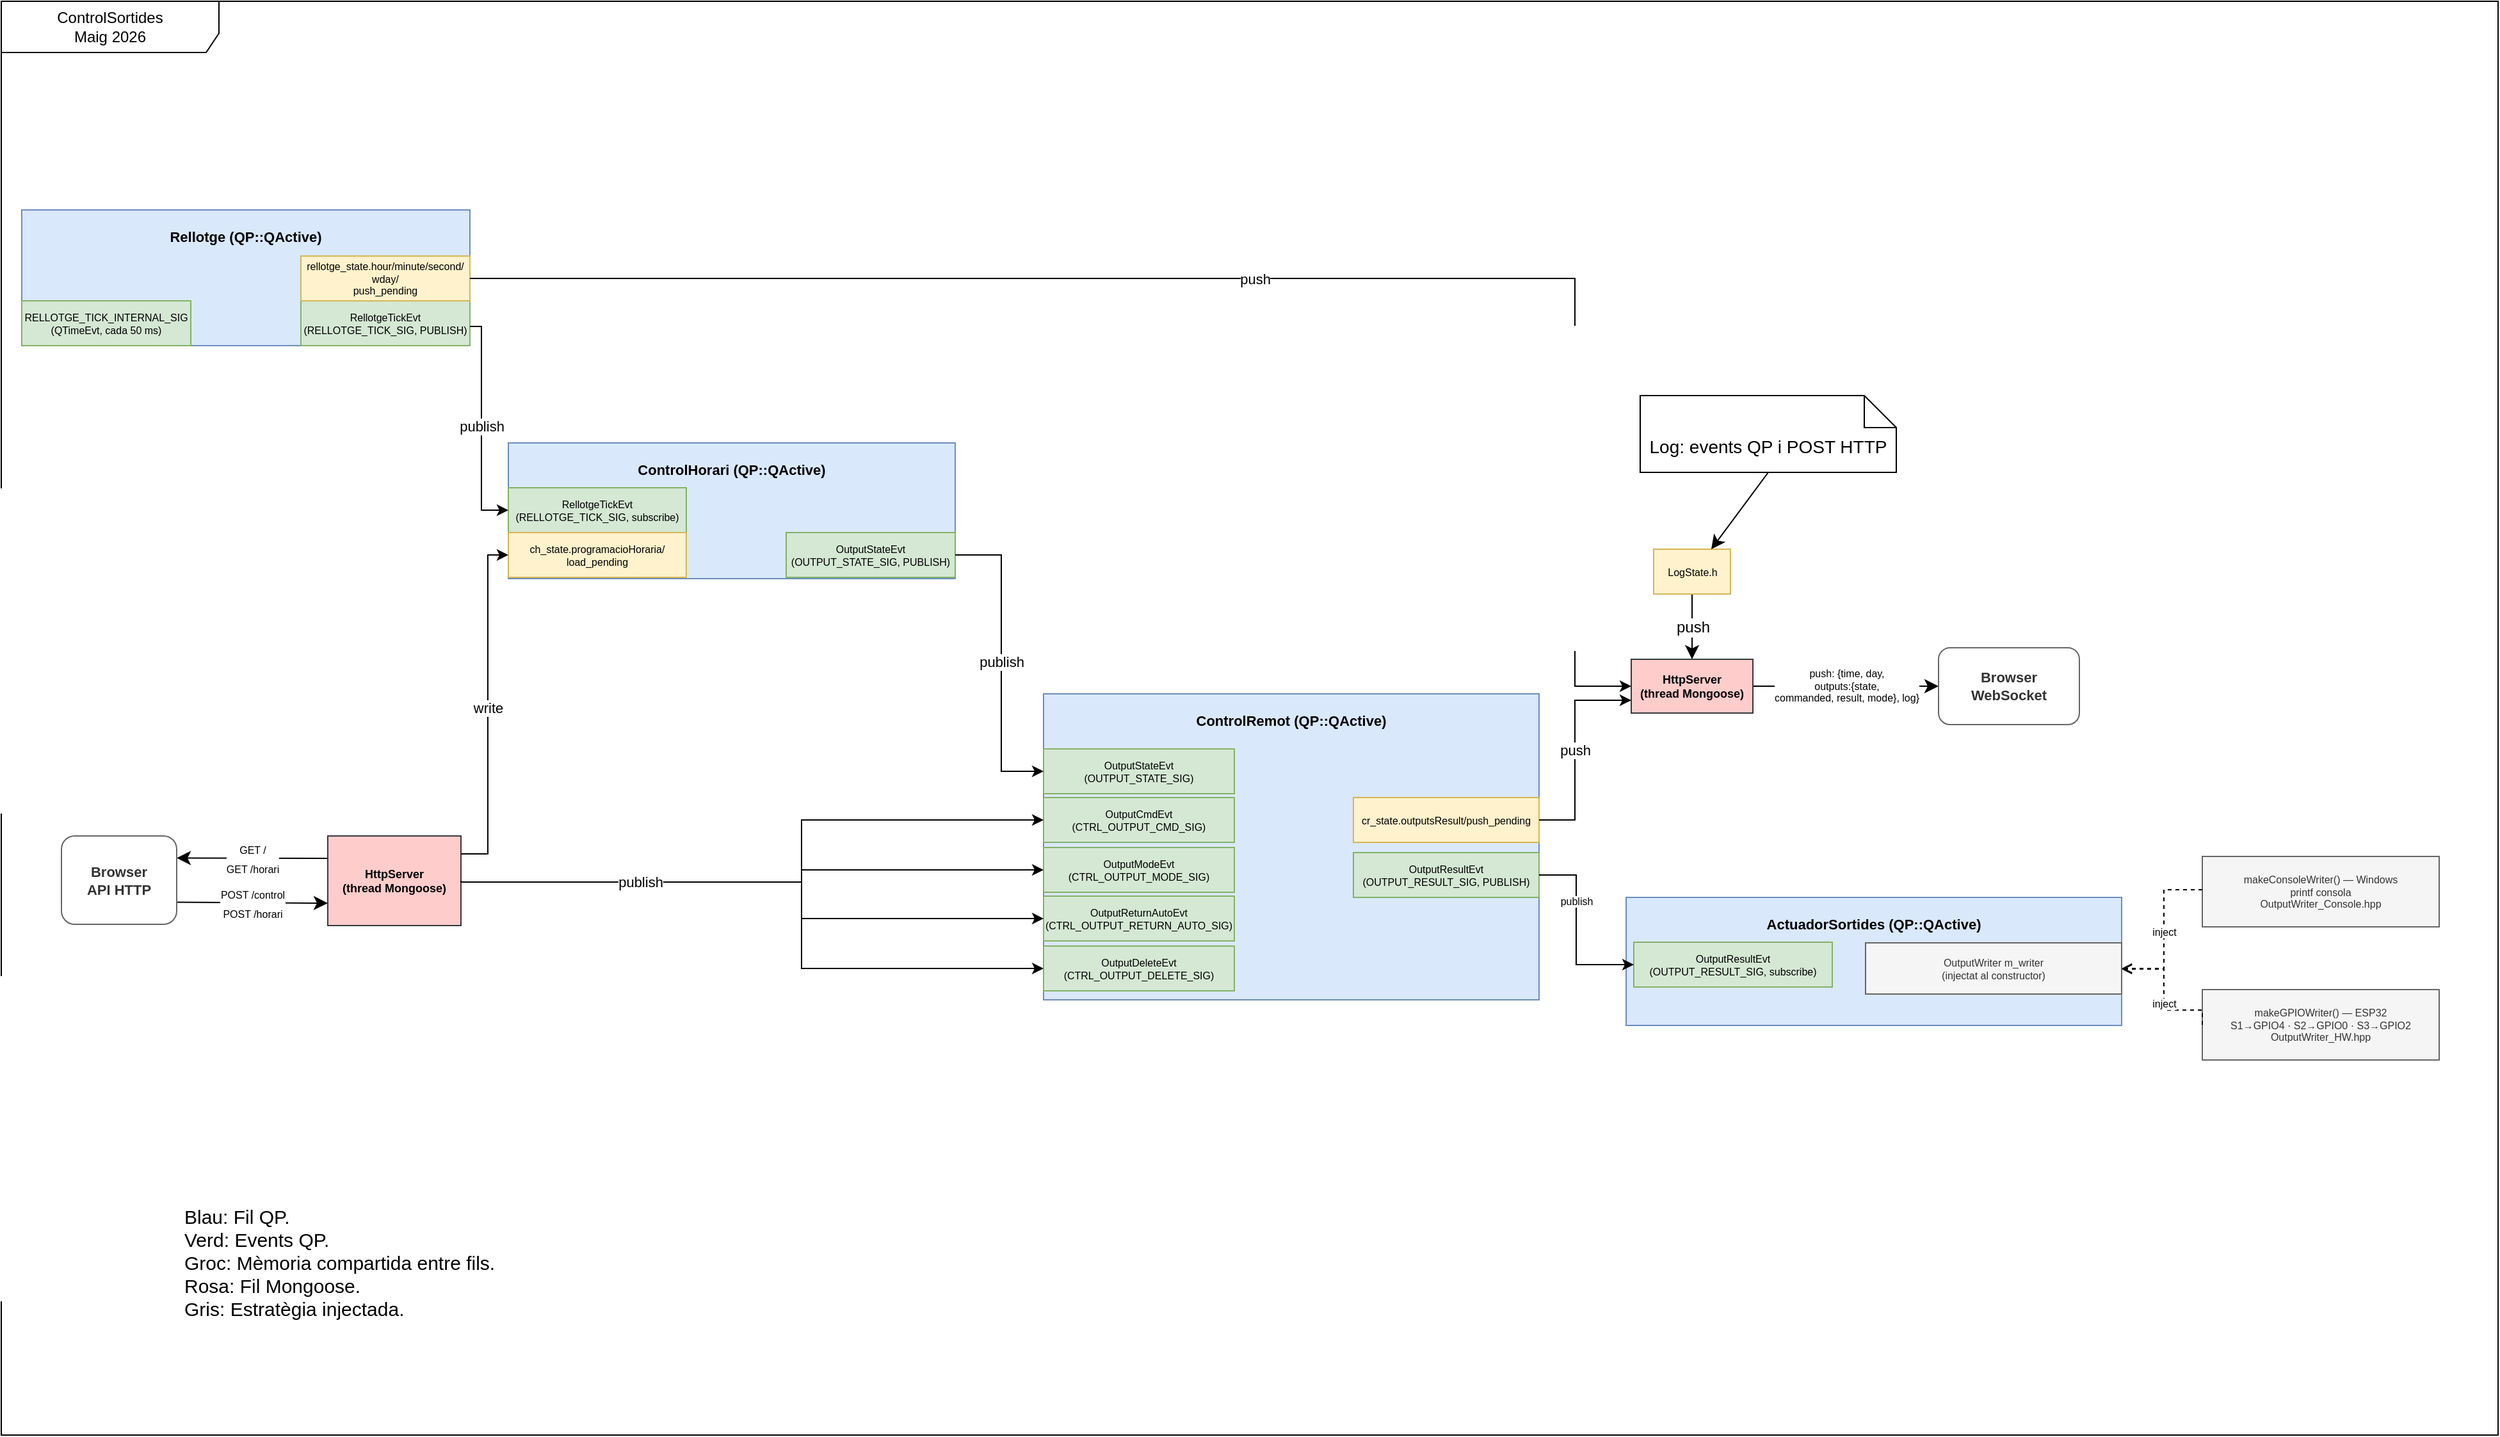
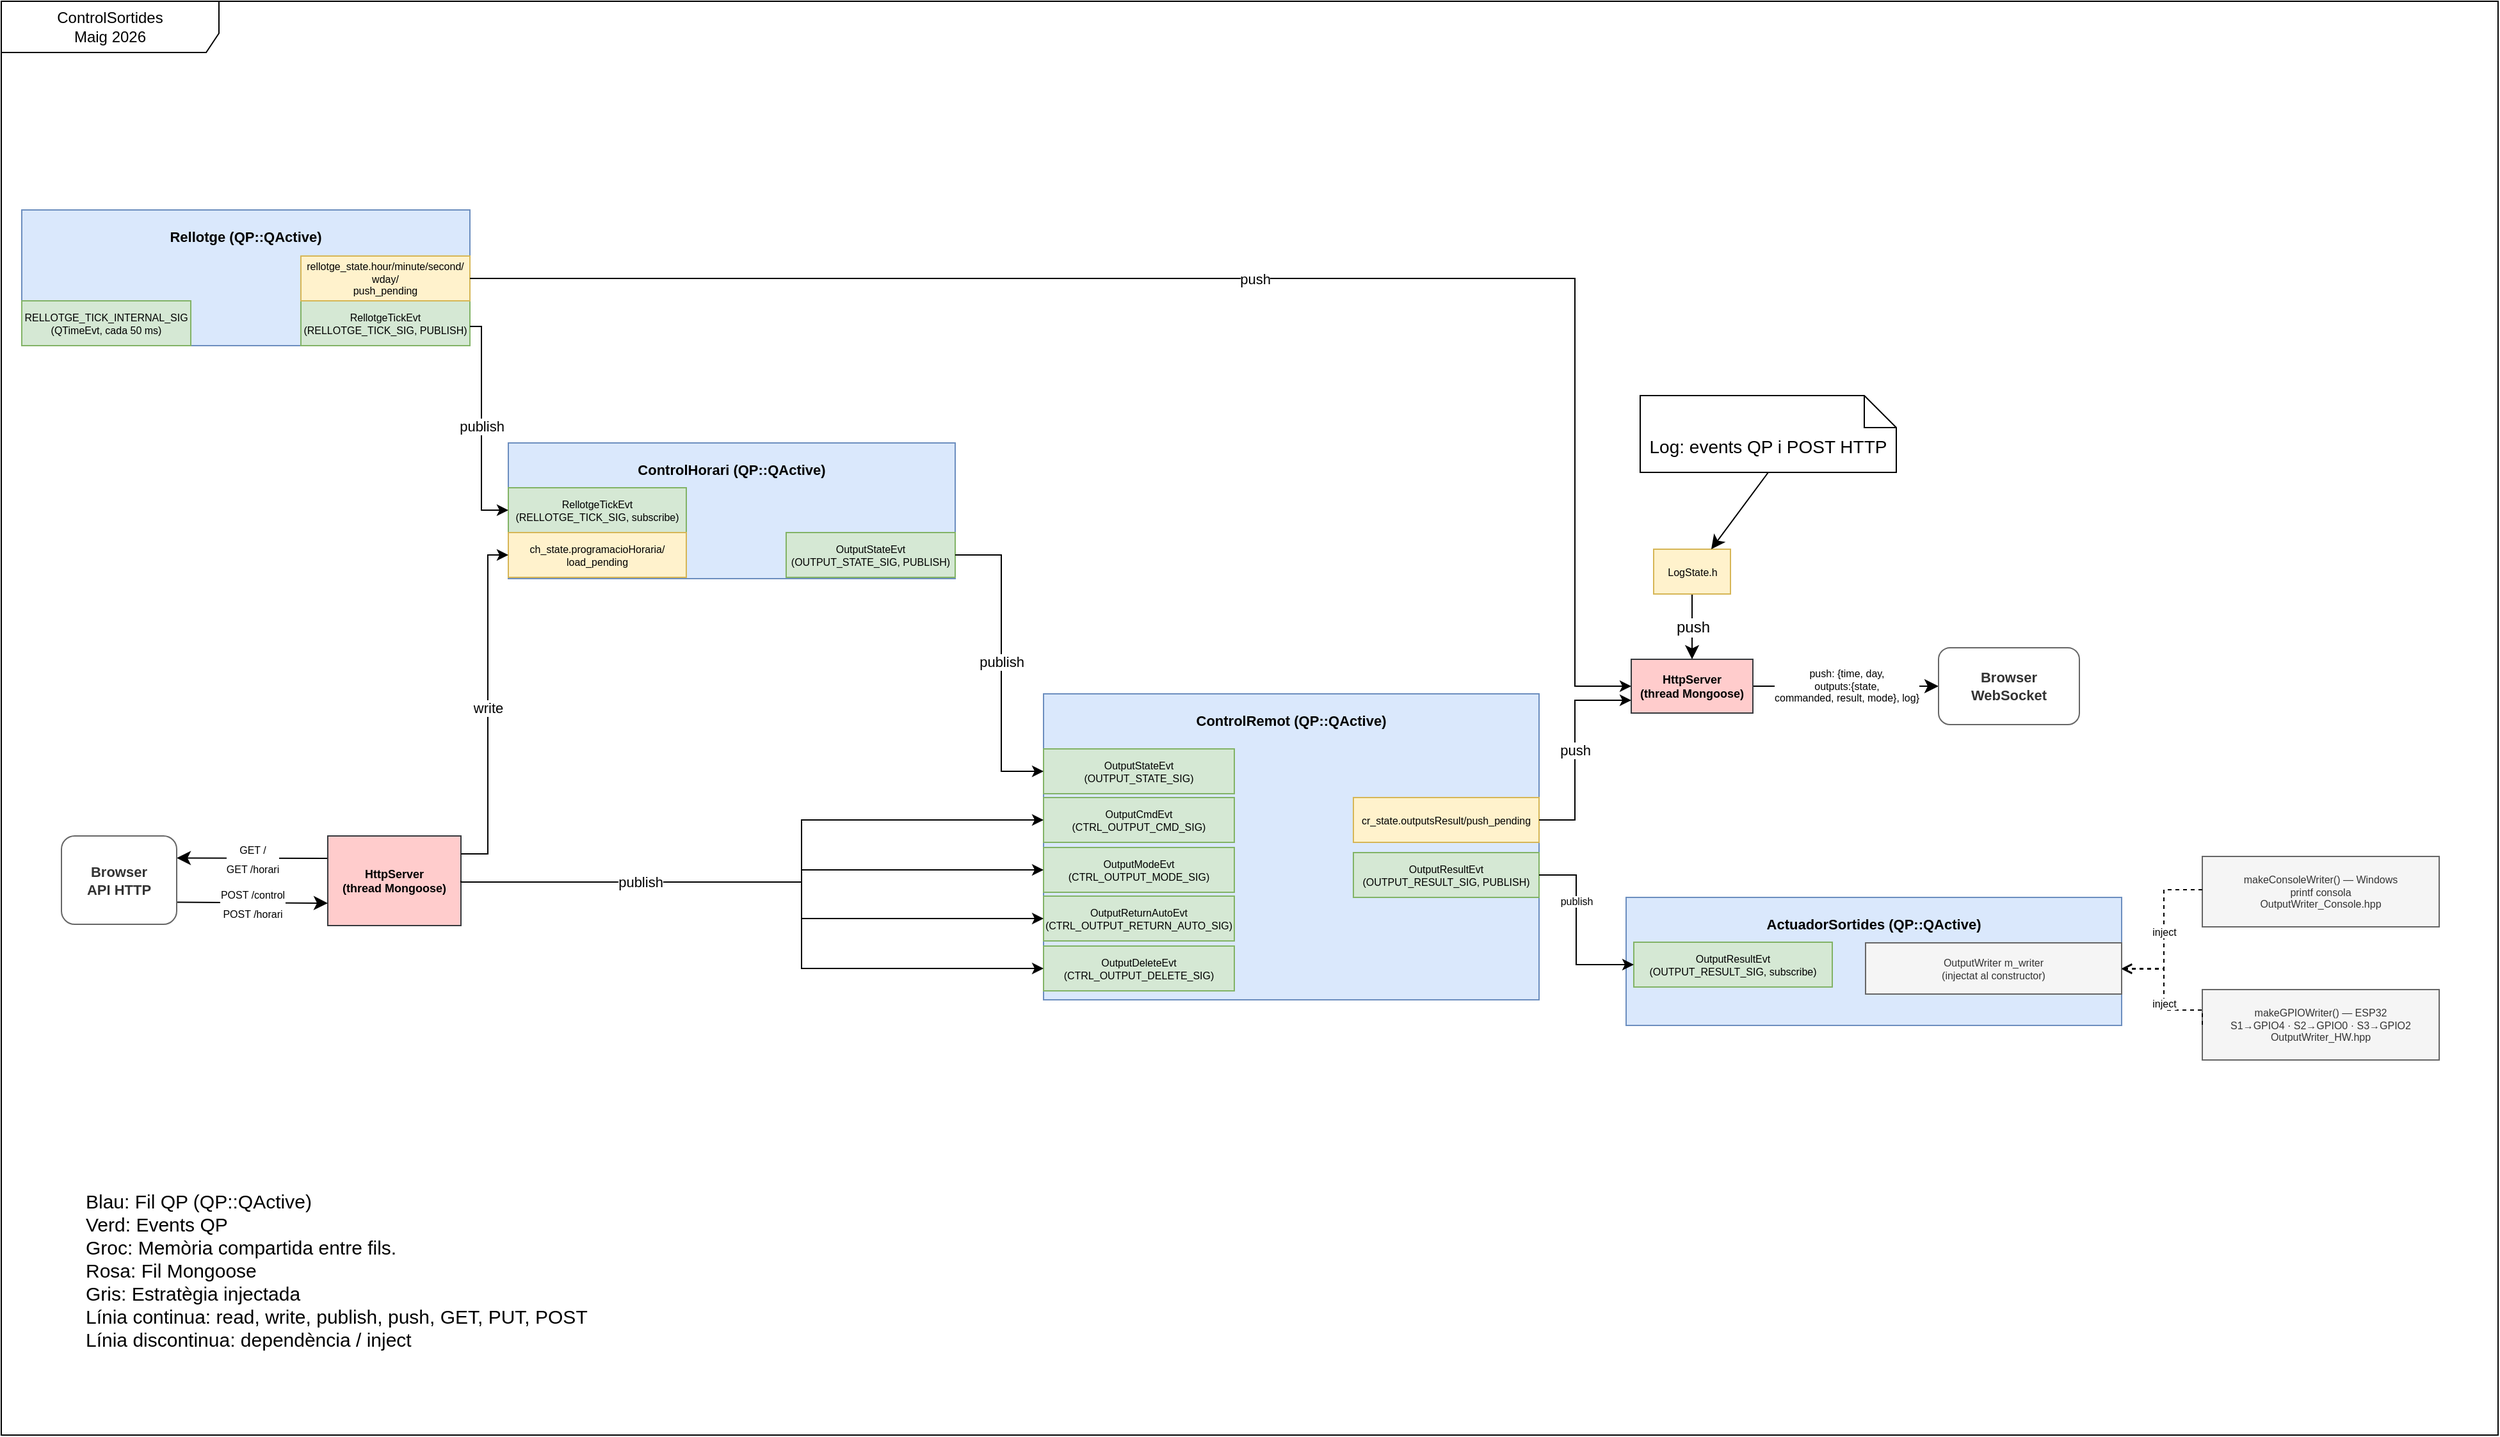
<mxfile host="Electron" agent="Mozilla/5.0 (Windows NT 10.0; Win64; x64) AppleWebKit/537.36 (KHTML, like Gecko) draw.io/28.2.8 Chrome/140.0.7339.240 Electron/38.4.0 Safari/537.36" version="28.2.8">
  <diagram name="ControlRemot" id="controlremot">
-     <mxGraphModel dx="2977" dy="1937" grid="1" gridSize="10" guides="1" tooltips="1" connect="1" arrows="1" fold="1" page="1" pageScale="1" pageWidth="2336" pageHeight="1654" math="0" shadow="0">
+     <mxGraphModel dx="1713" dy="1105" grid="1" gridSize="10" guides="1" tooltips="1" connect="1" arrows="1" fold="1" page="1" pageScale="1" pageWidth="2336" pageHeight="1654" math="0" shadow="0">
      <root>
        <mxCell id="0" />
        <mxCell id="1" parent="0" />
        <mxCell id="hFHh7xch7r8VRYxtVC4N-1" value="&lt;span style=&quot;color: rgb(0, 0, 0); font-family: Helvetica; font-size: 8px; font-style: normal; font-variant-ligatures: normal; font-variant-caps: normal; font-weight: 400; letter-spacing: normal; orphans: 2; text-align: center; text-indent: 0px; text-transform: none; widows: 2; word-spacing: 0px; -webkit-text-stroke-width: 0px; white-space: nowrap; background-color: rgb(255, 255, 255); text-decoration-thickness: initial; text-decoration-style: initial; text-decoration-color: initial; display: inline !important; float: none;&quot;&gt;GET /&lt;/span&gt;&lt;br style=&quot;forced-color-adjust: none; color: rgb(0, 0, 0); font-family: Helvetica; font-size: 8px; font-style: normal; font-variant-ligatures: normal; font-variant-caps: normal; font-weight: 400; letter-spacing: normal; orphans: 2; text-align: center; text-indent: 0px; text-transform: none; widows: 2; word-spacing: 0px; -webkit-text-stroke-width: 0px; white-space: nowrap; text-decoration-thickness: initial; text-decoration-style: initial; text-decoration-color: initial;&quot;&gt;&lt;span style=&quot;color: rgb(0, 0, 0); font-family: Helvetica; font-size: 8px; font-style: normal; font-variant-ligatures: normal; font-variant-caps: normal; font-weight: 400; letter-spacing: normal; orphans: 2; text-align: center; text-indent: 0px; text-transform: none; widows: 2; word-spacing: 0px; -webkit-text-stroke-width: 0px; white-space: nowrap; background-color: rgb(255, 255, 255); text-decoration-thickness: initial; text-decoration-style: initial; text-decoration-color: initial; display: inline !important; float: none;&quot;&gt;GET /horari&lt;/span&gt;" style="edgeStyle=none;curved=1;rounded=0;orthogonalLoop=1;jettySize=auto;html=1;exitX=0;exitY=0.25;exitDx=0;exitDy=0;entryX=1;entryY=0.25;entryDx=0;entryDy=0;fontSize=12;startSize=8;endSize=8;" parent="1" source="http" target="nPEGExYc4R3wSkc33mew-3" edge="1">
          <mxGeometry relative="1" as="geometry" />
        </mxCell>
        <mxCell id="http" value="HttpServer&#xa;(thread Mongoose)" style="rounded=0;whiteSpace=wrap;html=1;fillColor=#ffcccc;strokeColor=#36393d;fontSize=9;fontStyle=1" parent="1" vertex="1">
          <mxGeometry x="435" y="806" width="104" height="70" as="geometry" />
        </mxCell>
        <mxCell id="nPEGExYc4R3wSkc33mew-6" value="push: {time, day,&lt;br&gt;outputs:{state,&lt;br&gt;commanded, result, mode}, log}" style="edgeStyle=none;curved=1;rounded=0;orthogonalLoop=1;jettySize=auto;html=1;exitX=1;exitY=0.5;exitDx=0;exitDy=0;fontSize=8;startSize=8;endSize=8;startArrow=none;startFill=0;" parent="1" source="ws" target="nPEGExYc4R3wSkc33mew-5" edge="1">
          <mxGeometry relative="1" as="geometry" />
        </mxCell>
        <mxCell id="ws" value="HttpServer&lt;br&gt;(thread Mongoose)" style="rounded=0;whiteSpace=wrap;html=1;fillColor=#ffcccc;strokeColor=#36393d;fontSize=9;fontStyle=1" parent="1" vertex="1">
          <mxGeometry x="1453" y="668" width="95" height="42" as="geometry" />
        </mxCell>
        <mxCell id="ch" value="ControlHorari (QP::QActive)" style="rounded=0;whiteSpace=wrap;html=1;fillColor=#dae8fc;strokeColor=#6c8ebf;fontSize=11;fontStyle=1;verticalAlign=top;spacingTop=8" parent="1" vertex="1">
          <mxGeometry x="576" y="499" width="349" height="106" as="geometry" />
        </mxCell>
        <mxCell id="ch_tick" value="RellotgeTickEvt&#xa;(RELLOTGE_TICK_SIG, subscribe)" style="rounded=0;whiteSpace=wrap;html=1;fillColor=#d5e8d4;strokeColor=#82b366;fontSize=8" parent="1" vertex="1">
          <mxGeometry x="576" y="534" width="139" height="35" as="geometry" />
        </mxCell>
        <mxCell id="ch_reload" value="ch_state.programacioHoraria/&lt;div&gt;load_pending&lt;/div&gt;" style="rounded=0;whiteSpace=wrap;html=1;fillColor=#fff2cc;strokeColor=#d6b656;fontSize=8" parent="1" vertex="1">
          <mxGeometry x="576" y="569" width="139" height="35" as="geometry" />
        </mxCell>
        <mxCell id="ch_out_io" value="OutputStateEvt&#xa;(OUTPUT_STATE_SIG, PUBLISH)" style="rounded=0;whiteSpace=wrap;html=1;fillColor=#d5e8d4;strokeColor=#82b366;fontSize=8" parent="1" vertex="1">
          <mxGeometry x="793" y="569" width="132" height="35" as="geometry" />
        </mxCell>
        <mxCell id="rl" value="Rellotge (QP::QActive)" style="rounded=0;whiteSpace=wrap;html=1;fillColor=#dae8fc;strokeColor=#6c8ebf;fontSize=11;fontStyle=1;verticalAlign=top;spacingTop=8" parent="1" vertex="1">
          <mxGeometry x="196" y="317" width="350" height="106" as="geometry" />
        </mxCell>
        <mxCell id="rl_tick" value="RELLOTGE_TICK_INTERNAL_SIG&#xa;(QTimeEvt, cada 50 ms)" style="rounded=0;whiteSpace=wrap;html=1;fillColor=#d5e8d4;strokeColor=#82b366;fontSize=8" parent="1" vertex="1">
          <mxGeometry x="196" y="388" width="132" height="35" as="geometry" />
        </mxCell>
        <mxCell id="rl_out_pub" value="RellotgeTickEvt&#xa;(RELLOTGE_TICK_SIG, PUBLISH)" style="rounded=0;whiteSpace=wrap;html=1;fillColor=#d5e8d4;strokeColor=#82b366;fontSize=8" parent="1" vertex="1">
          <mxGeometry x="414" y="388" width="132" height="35" as="geometry" />
        </mxCell>
        <mxCell id="rl_out_ss" value="rellotge_state.hour/minute/second/&lt;div&gt;wday/&lt;div&gt;push_pending&lt;/div&gt;&lt;/div&gt;" style="rounded=0;whiteSpace=wrap;html=1;fillColor=#fff2cc;strokeColor=#d6b656;fontSize=8" parent="1" vertex="1">
          <mxGeometry x="414" y="353" width="132" height="35" as="geometry" />
        </mxCell>
        <mxCell id="cr" value="ControlRemot (QP::QActive)" style="rounded=0;whiteSpace=wrap;html=1;fillColor=#dae8fc;strokeColor=#6c8ebf;fontSize=11;fontStyle=1;verticalAlign=top;spacingTop=8" parent="1" vertex="1">
          <mxGeometry x="994" y="695" width="387" height="239" as="geometry" />
        </mxCell>
        <mxCell id="in_io" value="OutputStateEvt&#xa;(OUTPUT_STATE_SIG)" style="rounded=0;whiteSpace=wrap;html=1;fillColor=#d5e8d4;strokeColor=#82b366;fontSize=8" parent="1" vertex="1">
          <mxGeometry x="994" y="738" width="149" height="35" as="geometry" />
        </mxCell>
        <mxCell id="in_cmd" value="OutputCmdEvt&#xa;(CTRL_OUTPUT_CMD_SIG)" style="rounded=0;whiteSpace=wrap;html=1;fillColor=#d5e8d4;strokeColor=#82b366;fontSize=8" parent="1" vertex="1">
          <mxGeometry x="994" y="776" width="149" height="35" as="geometry" />
        </mxCell>
        <mxCell id="in_mode" value="OutputModeEvt&#xa;(CTRL_OUTPUT_MODE_SIG)" style="rounded=0;whiteSpace=wrap;html=1;fillColor=#d5e8d4;strokeColor=#82b366;fontSize=8" parent="1" vertex="1">
          <mxGeometry x="994" y="815" width="149" height="35" as="geometry" />
        </mxCell>
        <mxCell id="in_ret" value="OutputReturnAutoEvt&#xa;(CTRL_OUTPUT_RETURN_AUTO_SIG)" style="rounded=0;whiteSpace=wrap;html=1;fillColor=#d5e8d4;strokeColor=#82b366;fontSize=8" parent="1" vertex="1">
          <mxGeometry x="994" y="853" width="149" height="35" as="geometry" />
        </mxCell>
        <mxCell id="in_del" value="OutputDeleteEvt&#xa;(CTRL_OUTPUT_DELETE_SIG)" style="rounded=0;whiteSpace=wrap;html=1;fillColor=#d5e8d4;strokeColor=#82b366;fontSize=8" parent="1" vertex="1">
          <mxGeometry x="994" y="892" width="149" height="35" as="geometry" />
        </mxCell>
        <mxCell id="out_pub" value="OutputResultEvt&#xa;(OUTPUT_RESULT_SIG, PUBLISH)" style="rounded=0;whiteSpace=wrap;html=1;fillColor=#d5e8d4;strokeColor=#82b366;fontSize=8" parent="1" vertex="1">
          <mxGeometry x="1236" y="819" width="145" height="35" as="geometry" />
        </mxCell>
        <mxCell id="out_ss" value="cr_state.outputsResult/push_pending" style="rounded=0;whiteSpace=wrap;html=1;fillColor=#fff2cc;strokeColor=#d6b656;fontSize=8" parent="1" vertex="1">
          <mxGeometry x="1236" y="776" width="145" height="35" as="geometry" />
        </mxCell>
        <mxCell id="e1" style="edgeStyle=orthogonalEdgeStyle;rounded=0;html=1;exitX=1;exitY=0.5;entryX=0;entryY=0.5" parent="1" source="http" target="in_cmd" edge="1">
          <mxGeometry relative="1" as="geometry">
            <Array as="points">
              <mxPoint x="805" y="842" />
              <mxPoint x="805" y="794" />
            </Array>
          </mxGeometry>
        </mxCell>
        <mxCell id="e2" style="edgeStyle=orthogonalEdgeStyle;rounded=0;html=1;exitX=1;exitY=0.5;entryX=0;entryY=0.5" parent="1" source="http" target="in_mode" edge="1">
          <mxGeometry relative="1" as="geometry">
            <Array as="points">
              <mxPoint x="805" y="842" />
              <mxPoint x="805" y="832" />
            </Array>
          </mxGeometry>
        </mxCell>
        <mxCell id="e3" style="edgeStyle=orthogonalEdgeStyle;rounded=0;html=1;exitX=1;exitY=0.5;entryX=0;entryY=0.5" parent="1" source="http" target="in_ret" edge="1">
          <mxGeometry relative="1" as="geometry">
            <Array as="points">
              <mxPoint x="539" y="842" />
              <mxPoint x="805" y="842" />
              <mxPoint x="805" y="871" />
            </Array>
          </mxGeometry>
        </mxCell>
        <mxCell id="e4" value="publish" style="edgeStyle=orthogonalEdgeStyle;rounded=0;html=1;exitX=1;exitY=0.5;entryX=0;entryY=0.5" parent="1" source="http" target="in_del" edge="1">
          <mxGeometry x="-0.4614" relative="1" as="geometry">
            <Array as="points">
              <mxPoint x="539" y="842" />
              <mxPoint x="805" y="842" />
              <mxPoint x="805" y="909" />
            </Array>
            <mxPoint as="offset" />
          </mxGeometry>
        </mxCell>
        <mxCell id="e5" value="push" style="edgeStyle=orthogonalEdgeStyle;rounded=0;html=1;exitX=1;exitY=0.5;entryX=0;entryY=0.75;entryDx=0;entryDy=0;" parent="1" source="out_ss" target="ws" edge="1">
          <mxGeometry relative="1" as="geometry">
            <Array as="points">
              <mxPoint x="1409" y="794" />
              <mxPoint x="1409" y="700" />
              <mxPoint x="1453" y="700" />
            </Array>
          </mxGeometry>
        </mxCell>
        <mxCell id="e6" value="write" style="edgeStyle=orthogonalEdgeStyle;rounded=0;html=1;exitX=1;exitY=0.2;entryX=0;entryY=0.5" parent="1" source="http" target="ch_reload" edge="1">
          <mxGeometry relative="1" as="geometry">
            <Array as="points">
              <mxPoint x="560" y="820" />
              <mxPoint x="560" y="587" />
            </Array>
          </mxGeometry>
        </mxCell>
        <mxCell id="e7" value="publish" style="edgeStyle=orthogonalEdgeStyle;rounded=0;html=1;exitX=1;exitY=0.5;entryX=0;entryY=0.5;entryDx=0;entryDy=0;" parent="1" source="ch_out_io" target="in_io" edge="1">
          <mxGeometry relative="1" as="geometry">
            <Array as="points">
              <mxPoint x="961" y="587" />
              <mxPoint x="961" y="755" />
            </Array>
          </mxGeometry>
        </mxCell>
        <mxCell id="e10" value="publish" style="edgeStyle=orthogonalEdgeStyle;rounded=0;html=1;entryX=0;entryY=0.5;entryDx=0;entryDy=0;" parent="1" source="rl_out_pub" target="ch_tick" edge="1">
          <mxGeometry relative="1" as="geometry">
            <Array as="points">
              <mxPoint x="555" y="408" />
              <mxPoint x="555" y="552" />
            </Array>
          </mxGeometry>
        </mxCell>
        <mxCell id="e8" value="push" style="edgeStyle=orthogonalEdgeStyle;rounded=0;html=1;exitX=1;exitY=0.5;entryX=0;entryY=0.5;entryDx=0;entryDy=0;" parent="1" source="rl_out_ss" target="ws" edge="1">
          <mxGeometry relative="1" as="geometry">
            <Array as="points">
              <mxPoint x="1409" y="371" />
              <mxPoint x="1409" y="689" />
            </Array>
          </mxGeometry>
        </mxCell>
        <mxCell id="hFHh7xch7r8VRYxtVC4N-2" value="&lt;span style=&quot;color: rgb(0, 0, 0); font-family: Helvetica; font-size: 8px; font-style: normal; font-variant-ligatures: normal; font-variant-caps: normal; font-weight: 400; letter-spacing: normal; orphans: 2; text-align: center; text-indent: 0px; text-transform: none; widows: 2; word-spacing: 0px; -webkit-text-stroke-width: 0px; white-space: nowrap; background-color: rgb(255, 255, 255); text-decoration-thickness: initial; text-decoration-style: initial; text-decoration-color: initial; display: inline !important; float: none;&quot;&gt;POST /control&lt;/span&gt;&lt;div&gt;&lt;span style=&quot;font-size: 8px;&quot;&gt;POST /horari&lt;/span&gt;&lt;/div&gt;" style="edgeStyle=none;curved=1;rounded=0;orthogonalLoop=1;jettySize=auto;html=1;exitX=1;exitY=0.75;exitDx=0;exitDy=0;entryX=0;entryY=0.75;entryDx=0;entryDy=0;fontSize=12;startSize=8;endSize=8;" parent="1" source="nPEGExYc4R3wSkc33mew-3" target="http" edge="1">
          <mxGeometry relative="1" as="geometry" />
        </mxCell>
        <mxCell id="nPEGExYc4R3wSkc33mew-3" value="&lt;b&gt;Browser&lt;/b&gt;&lt;div&gt;&lt;b&gt;API HTTP&lt;/b&gt;&lt;/div&gt;" style="rounded=1;whiteSpace=wrap;html=1;fillColor=#ffffff;strokeColor=#666666;fontColor=#333333;fontSize=11;" parent="1" vertex="1">
          <mxGeometry x="227" y="806" width="90" height="69" as="geometry" />
        </mxCell>
        <mxCell id="nPEGExYc4R3wSkc33mew-5" value="&lt;b&gt;Browser&lt;/b&gt;&lt;div&gt;&lt;b&gt;WebSocket&lt;/b&gt;&lt;/div&gt;" style="rounded=1;whiteSpace=wrap;html=1;fillColor=#ffffff;strokeColor=#666666;fontColor=#333333;fontSize=11;" parent="1" vertex="1">
          <mxGeometry x="1693" y="659" width="110" height="60" as="geometry" />
        </mxCell>
        <mxCell id="jaKRlGInz0ltfFADGkvu-2" value="push" style="edgeStyle=none;curved=1;rounded=0;orthogonalLoop=1;jettySize=auto;html=1;exitX=0.5;exitY=1;exitDx=0;exitDy=0;entryX=0.5;entryY=0;entryDx=0;entryDy=0;fontSize=12;startSize=8;endSize=8;" parent="1" source="jaKRlGInz0ltfFADGkvu-1" target="ws" edge="1">
          <mxGeometry relative="1" as="geometry" />
        </mxCell>
        <mxCell id="jaKRlGInz0ltfFADGkvu-1" value="LogState.h" style="rounded=0;whiteSpace=wrap;html=1;fillColor=#fff2cc;strokeColor=#d6b656;fontSize=8" parent="1" vertex="1">
          <mxGeometry x="1470.5" y="582" width="60" height="35" as="geometry" />
        </mxCell>
        <mxCell id="jaKRlGInz0ltfFADGkvu-4" style="edgeStyle=none;curved=1;rounded=0;orthogonalLoop=1;jettySize=auto;html=1;exitX=0.5;exitY=1;exitDx=0;exitDy=0;exitPerimeter=0;entryX=0.75;entryY=0;entryDx=0;entryDy=0;fontSize=12;startSize=8;endSize=8;" parent="1" source="jaKRlGInz0ltfFADGkvu-3" target="jaKRlGInz0ltfFADGkvu-1" edge="1">
          <mxGeometry relative="1" as="geometry" />
        </mxCell>
        <mxCell id="jaKRlGInz0ltfFADGkvu-3" value="&lt;font style=&quot;font-size: 14px;&quot;&gt;Log: events QP i POST HTTP&lt;/font&gt;" style="shape=note2;boundedLbl=1;whiteSpace=wrap;html=1;size=25;verticalAlign=top;align=center;" parent="1" vertex="1">
          <mxGeometry x="1460" y="462" width="200" height="60" as="geometry" />
        </mxCell>
        <mxCell id="jaKRlGInz0ltfFADGkvu-5" value="ControlSortides&lt;div&gt;Maig 2026&lt;/div&gt;" style="shape=umlFrame;whiteSpace=wrap;html=1;pointerEvents=0;recursiveResize=0;container=1;collapsible=0;width=170;height=40;" parent="1" vertex="1">
          <mxGeometry x="180" y="154" width="1950" height="1120" as="geometry" />
        </mxCell>
+         <mxCell id="IJb5zE0oGNF-HTFJebx6-1" value="&lt;div&gt;&lt;font style=&quot;font-size: 15px;&quot;&gt;Blau: Fil QP (QP::QActive)&lt;/font&gt;&lt;/div&gt;&lt;div&gt;&lt;font style=&quot;font-size: 15px;&quot;&gt;Verd: Events QP&lt;/font&gt;&lt;/div&gt;&lt;div&gt;&lt;span style=&quot;font-size: 15px;&quot;&gt;Groc: Memòria compartida entre fils.&lt;/span&gt;&lt;/div&gt;&lt;div&gt;&lt;font style=&quot;font-size: 15px;&quot;&gt;Rosa: Fil Mongoose&lt;/font&gt;&lt;/div&gt;&lt;div&gt;&lt;font style=&quot;font-size: 15px;&quot;&gt;Gris: Estratègia injectada&lt;/font&gt;&lt;/div&gt;&lt;div&gt;&lt;font style=&quot;font-size: 15px;&quot;&gt;Línia continua: read, write, publish, push, GET, PUT, POST&lt;/font&gt;&lt;/div&gt;&lt;div&gt;&lt;font style=&quot;font-size: 15px;&quot;&gt;Línia discontinua: dependència / inject&lt;/font&gt;&lt;/div&gt;" style="text;strokeColor=none;fillColor=none;align=left;verticalAlign=middle;spacingLeft=4;spacingRight=4;overflow=hidden;whiteSpace=wrap;html=1;" vertex="1" parent="jaKRlGInz0ltfFADGkvu-5">
+           <mxGeometry x="60" y="926" width="430" height="130" as="geometry" />
+         </mxCell>
        <mxCell id="as" value="ActuadorSortides (QP::QActive)" style="rounded=0;whiteSpace=wrap;html=1;fillColor=#dae8fc;strokeColor=#6c8ebf;fontSize=11;fontStyle=1;verticalAlign=top;spacingTop=8" parent="1" vertex="1">
          <mxGeometry x="1449" y="854" width="387" height="100" as="geometry" />
        </mxCell>
        <mxCell id="as_in" value="OutputResultEvt&#xa;(OUTPUT_RESULT_SIG, subscribe)" style="rounded=0;whiteSpace=wrap;html=1;fillColor=#d5e8d4;strokeColor=#82b366;fontSize=8" parent="1" vertex="1">
          <mxGeometry x="1455" y="889" width="155" height="35" as="geometry" />
        </mxCell>
        <mxCell id="as_gpio" value="OutputWriter m_writer&#xa;(injectat al constructor)" style="rounded=0;whiteSpace=wrap;html=1;fillColor=#f5f5f5;strokeColor=#666666;fontColor=#333333;fontSize=8" parent="1" vertex="1">
          <mxGeometry x="1636" y="889.5" width="200" height="40" as="geometry" />
        </mxCell>
        <mxCell id="e_as" value="publish" style="edgeStyle=orthogonalEdgeStyle;rounded=0;html=1;exitX=1;exitY=0.5;exitDx=0;exitDy=0;entryX=0;entryY=0.5;entryDx=0;entryDy=0;fontSize=8;" parent="1" source="out_pub" target="as_in" edge="1">
          <mxGeometry x="-0.3175" relative="1" as="geometry">
            <Array as="points">
              <mxPoint x="1410" y="837" />
              <mxPoint x="1410" y="907" />
            </Array>
            <mxPoint as="offset" />
          </mxGeometry>
        </mxCell>
        <mxCell id="ow_hw" value="makeGPIOWriter() — ESP32&#xa;S1→GPIO4 · S2→GPIO0 · S3→GPIO2&#xa;OutputWriter_HW.hpp" style="rounded=0;whiteSpace=wrap;html=1;fillColor=#f5f5f5;strokeColor=#666666;fontColor=#333333;fontSize=8" parent="1" vertex="1">
          <mxGeometry x="1899" y="926" width="185" height="55" as="geometry" />
        </mxCell>
        <mxCell id="ow_console" value="makeConsoleWriter() — Windows&#xa;printf consola&#xa;OutputWriter_Console.hpp" style="rounded=0;whiteSpace=wrap;html=1;fillColor=#f5f5f5;strokeColor=#666666;fontColor=#333333;fontSize=8" parent="1" vertex="1">
          <mxGeometry x="1899" y="822" width="185" height="55" as="geometry" />
        </mxCell>
        <mxCell id="e_ow_hw" value="inject" style="edgeStyle=orthogonalEdgeStyle;rounded=0;html=1;exitX=0;exitY=0.5;exitDx=0;exitDy=0;entryX=1;entryY=0.5;entryDx=0;entryDy=0;fontSize=8;dashed=1;endArrow=open;endFill=0;" parent="1" source="ow_hw" target="as_gpio" edge="1">
          <mxGeometry x="-0.1192" relative="1" as="geometry">
            <Array as="points">
              <mxPoint x="1889" y="942" />
              <mxPoint x="1869" y="942" />
              <mxPoint x="1869" y="902" />
            </Array>
            <mxPoint as="offset" />
          </mxGeometry>
        </mxCell>
        <mxCell id="e_ow_con" value="inject" style="edgeStyle=orthogonalEdgeStyle;rounded=0;html=1;entryX=1;entryY=0.5;entryDx=0;entryDy=0;fontSize=8;dashed=1;endArrow=open;endFill=0;" parent="1" source="ow_console" target="as_gpio" edge="1">
          <mxGeometry relative="1" as="geometry">
            <Array as="points">
              <mxPoint x="1869" y="848" />
              <mxPoint x="1869" y="910" />
              <mxPoint x="1836" y="910" />
            </Array>
          </mxGeometry>
-         </mxCell>
-         <mxCell id="jKxguZ2GVJhLU0wgzFrG-1" value="&lt;div&gt;&lt;span style=&quot;font-size: 15px; background-color: transparent; color: light-dark(rgb(0, 0, 0), rgb(255, 255, 255));&quot;&gt;Blau: Fil QP.&lt;/span&gt;&lt;/div&gt;&lt;div&gt;&lt;font style=&quot;font-size: 15px;&quot;&gt;Verd: Events QP.&lt;/font&gt;&lt;/div&gt;&lt;div&gt;&lt;span style=&quot;font-size: 15px;&quot;&gt;Groc: Mèmoria compartida entre fils.&lt;/span&gt;&lt;/div&gt;&lt;div&gt;&lt;font style=&quot;font-size: 15px;&quot;&gt;Rosa: Fil Mongoose.&lt;/font&gt;&lt;/div&gt;&lt;div&gt;&lt;font style=&quot;font-size: 15px;&quot;&gt;Gris: Estratègia injectada.&lt;/font&gt;&lt;/div&gt;" style="text;strokeColor=none;fillColor=none;align=left;verticalAlign=middle;spacingLeft=4;spacingRight=4;overflow=hidden;points=[[0,0.5],[1,0.5]];portConstraint=eastwest;rotatable=0;whiteSpace=wrap;html=1;" parent="1" vertex="1">
-           <mxGeometry x="317" y="1074" width="260" height="130" as="geometry" />
        </mxCell>
      </root>
    </mxGraphModel>
  </diagram>
</mxfile>
